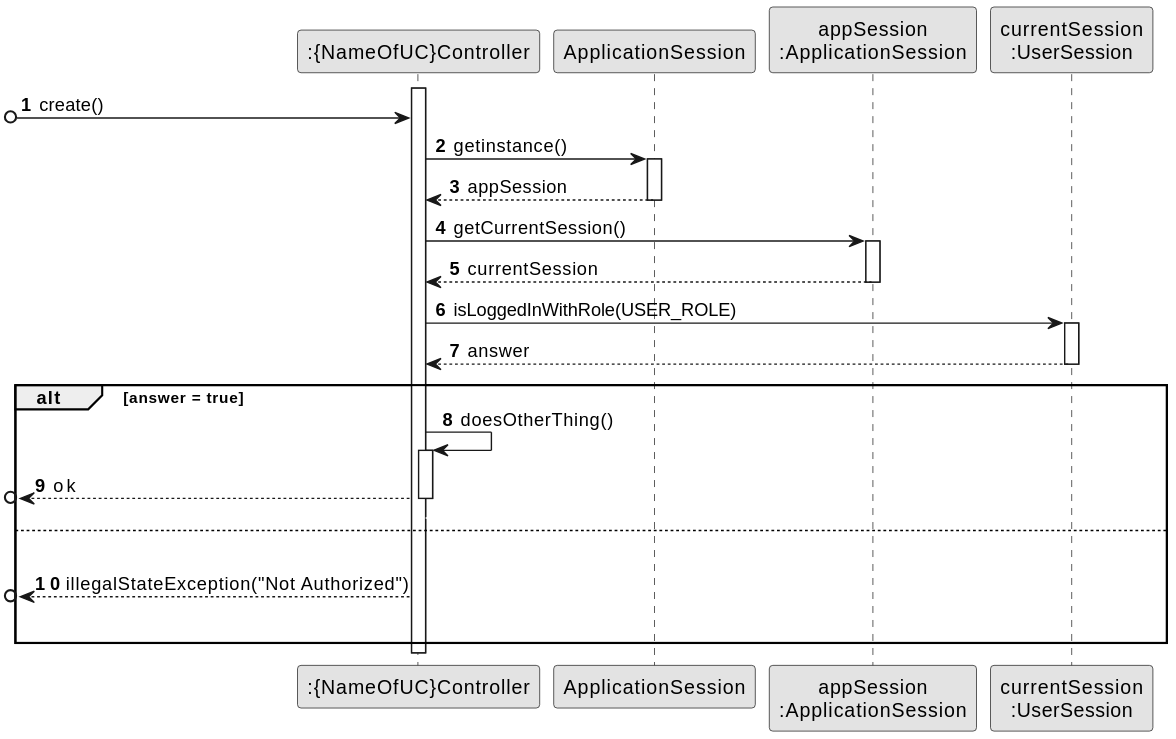
Earlier version of the PlantUML export docs/sprintB/us001/03.design/svg/us001-sequence-diagram-split.svg (Departamento-de-Engenharia-Informatica/lei-24-s2-1dm-g132).
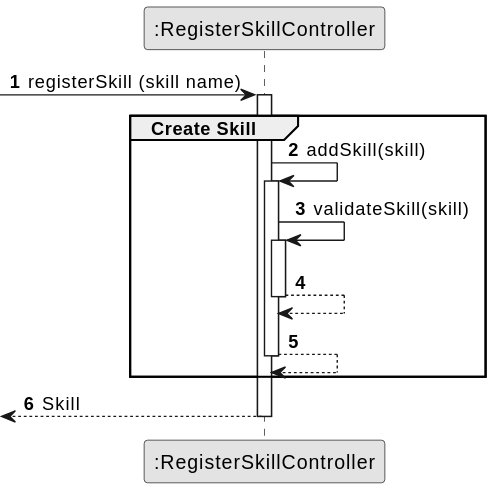
The same diagram one commit later.

What changed in the source:
```diff
@@ -5,42 +5,28 @@
 
 autonumber
 
-participant ":{NameOfUC}Controller" as CTRL
-participant "ApplicationSession" as APPSESSIONC
-participant "appSession\n:ApplicationSession" as APPSESSIONI
-participant "currentSession\n:UserSession" as CURSESSION
+participant ":RegisterSkillController" as CTRL
 
-activate CTRL
-[o-> CTRL : create()
-    CTRL -> APPSESSIONC : getinstance()
 
-    activate APPSESSIONC
-        APPSESSIONC --> CTRL : appSession
-    deactivate APPSESSIONC
 
-    CTRL -> APPSESSIONI : getCurrentSession()
-    activate APPSESSIONI
-        APPSESSIONI --> CTRL : currentSession
-    deactivate APPSESSIONI
 
-    CTRL -> CURSESSION : isLoggedInWithRole(USER_ROLE)
-    activate CURSESSION
-        CURSESSION --> CTRL : answer
-    deactivate CURSESSION
 
-    alt answer = true
-        CTRL -> CTRL : doesOtherThing()
-        activate CTRL
-            [o<-- CTRL : ok
-        deactivate CTRL
-        autonumber stop
-        CTRL -[#white]> CURSESSION
-        autonumber resume
-    else
-        |||
-        [o<-- CTRL : illegalStateException("Not Authorized")
-        |||
-    end alt
+                 -> CTRL : registerSkill (skill name)
+            activate CTRL
+    group Create Skill
 
-deactivate CTRL
+                                        CTRL -> CTRL: addSkill(skill)
+
+                                                                           activate CTRL
+                                                                               CTRL -> CTRL: validateSkill(skill)
+                                                                               activate CTRL
+                                                                                   CTRL --> CTRL
+                                                                               deactivate CTRL
+
+                                                                               CTRL --> CTRL
+                                                                               deactivate CTRL
+                                                                               end
+
+             <-- CTRL : Skill
+            deactivate CTRL
 @enduml
```
